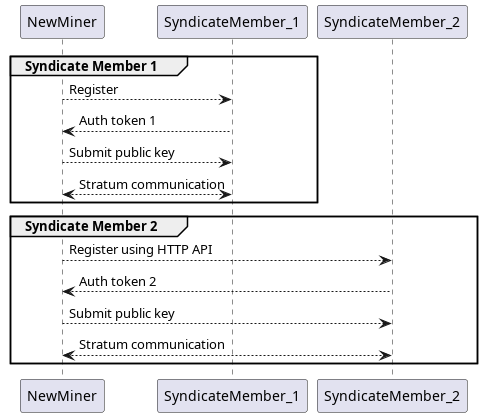
Earlier version of the PlantUML export one-page/intial-setup.png (pool2win/radpool-design). Its diagram source:
```plantuml
@startuml

group Syndicate Member 1
NewMiner --> SyndicateMember_1: Register
NewMiner <-- SyndicateMember_1: Auth token 1
NewMiner --> SyndicateMember_1: Submit public key

NewMiner <--> SyndicateMember_1: Stratum communication
end

group Syndicate Member 2
NewMiner --> SyndicateMember_2: Register using HTTP API
NewMiner <-- SyndicateMember_2: Auth token 2
NewMiner --> SyndicateMember_2: Submit public key

NewMiner <--> SyndicateMember_2: Stratum communication
end
@enduml
```
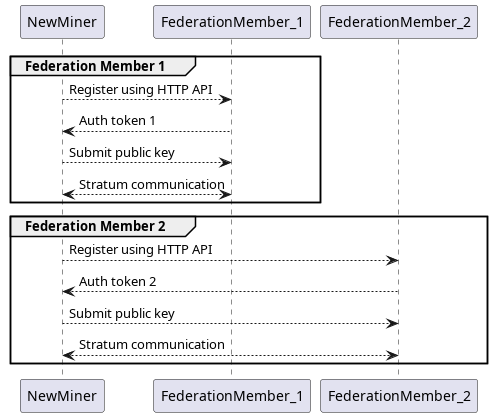
The same diagram one commit later.

The edit, as a diff of the source:
```diff
@@ -1,18 +1,18 @@
 @startuml
 
-group Syndicate Member 1
-NewMiner --> SyndicateMember_1: Register
-NewMiner <-- SyndicateMember_1: Auth token 1
-NewMiner --> SyndicateMember_1: Submit public key
+group Federation Member 1
+NewMiner --> FederationMember_1: Register using HTTP API
+NewMiner <-- FederationMember_1: Auth token 1
+NewMiner --> FederationMember_1: Submit public key
 
-NewMiner <--> SyndicateMember_1: Stratum communication
+NewMiner <--> FederationMember_1: Stratum communication
 end
 
-group Syndicate Member 2
-NewMiner --> SyndicateMember_2: Register using HTTP API
-NewMiner <-- SyndicateMember_2: Auth token 2
-NewMiner --> SyndicateMember_2: Submit public key
+group Federation Member 2
+NewMiner --> FederationMember_2: Register using HTTP API
+NewMiner <-- FederationMember_2: Auth token 2
+NewMiner --> FederationMember_2: Submit public key
 
-NewMiner <--> SyndicateMember_2: Stratum communication
+NewMiner <--> FederationMember_2: Stratum communication
 end
 @enduml
```
